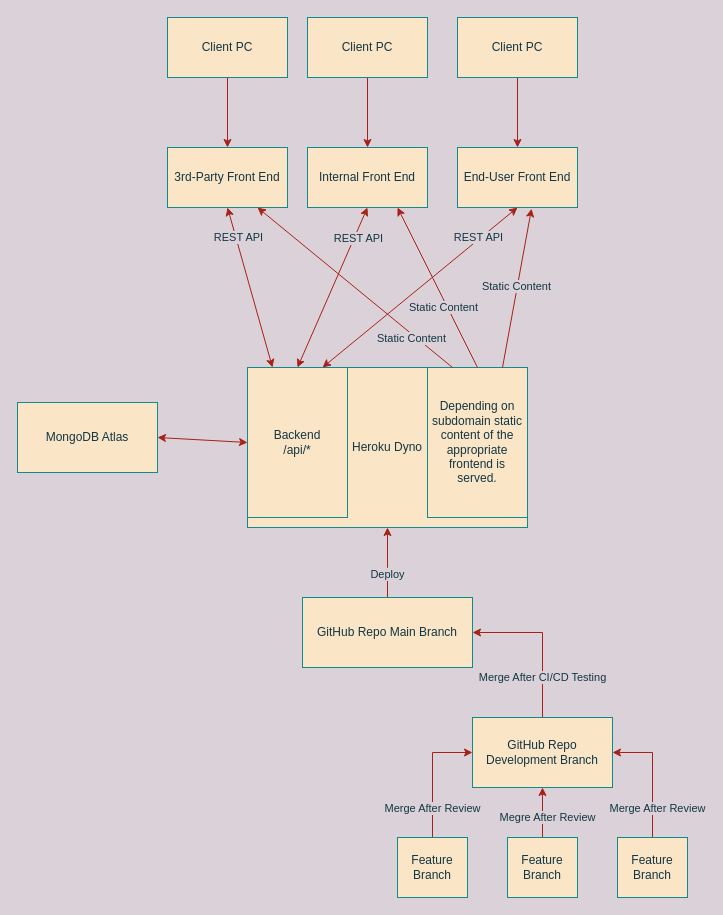
Before: PlanningPhase/Network_Diagram.drawio in Awrmani/AutoQuotes, a draw.io diagram. Source tidied: cells renumbered, new cells numbered last; positions are measured from the earlier drawing's top-left corner, leaving out a move shared by most shapes. Both pictures are drawn from the tidied source at 100%, with x=0, y=0 at pixel (17, 17).
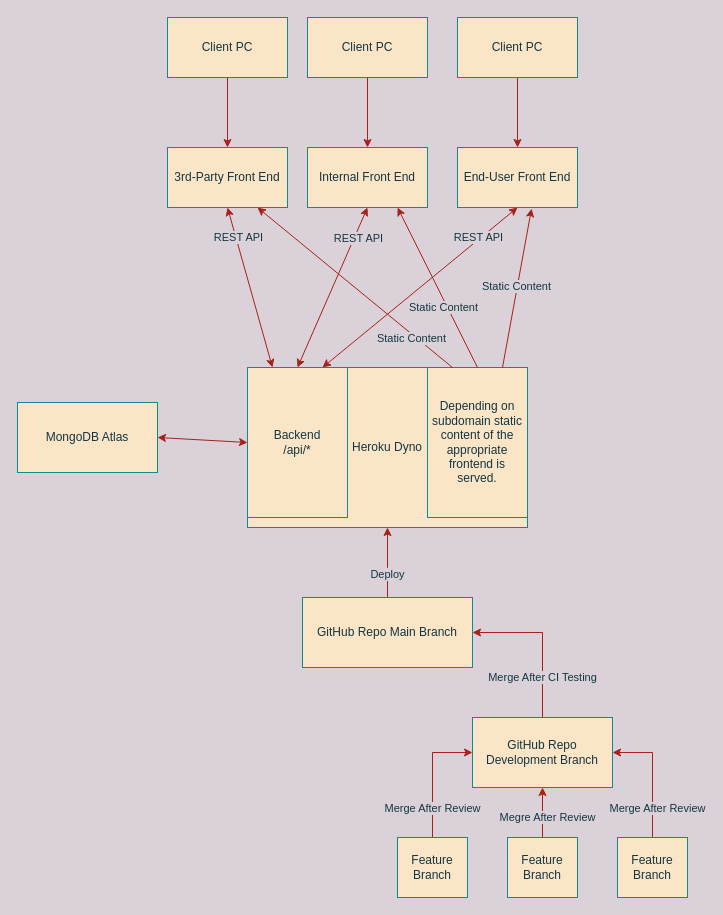
After the change.

Commit message:
update network_diagram

The change refers to these unchanged cells:
```xml
<mxCell id="23" value="GitHub Repo Main Branch" style="rounded=0;whiteSpace=wrap;html=1;fillColor=#FAE5C7;strokeColor=#0F8B8D;fontColor=#143642;" parent="1" vertex="1">
  <mxGeometry x="285" y="580" width="170" height="70" as="geometry" />
</mxCell>
<mxCell id="25" value="GitHub Repo Development Branch" style="rounded=0;whiteSpace=wrap;html=1;fillColor=#FAE5C7;strokeColor=#0F8B8D;fontColor=#143642;" parent="1" vertex="1">
  <mxGeometry x="455" y="700" width="140" height="70" as="geometry" />
</mxCell>
```

Diff of the diagram source:
```diff
@@
-    <mxCell id="24" value="Merge After CI/CD Testing" style="edgeStyle=orthogonalEdgeStyle;rounded=0;jettySize=auto;html=1;entryX=1;entryY=0.5;entryDx=0;entryDy=0;labelBackgroundColor=#DAD2D8;strokeColor=#A8201A;fontColor=#143642;" parent="1" edge="1" source="25" target="23">
+    <mxCell id="24" value="Merge After CI Testing" style="edgeStyle=orthogonalEdgeStyle;rounded=0;jettySize=auto;html=1;entryX=1;entryY=0.5;entryDx=0;entryDy=0;labelBackgroundColor=#DAD2D8;strokeColor=#A8201A;fontColor=#143642;" parent="1" edge="1" source="25" target="23">
       <mxGeometry x="-0.48" relative="1" as="geometry" />
     </mxCell>
```
